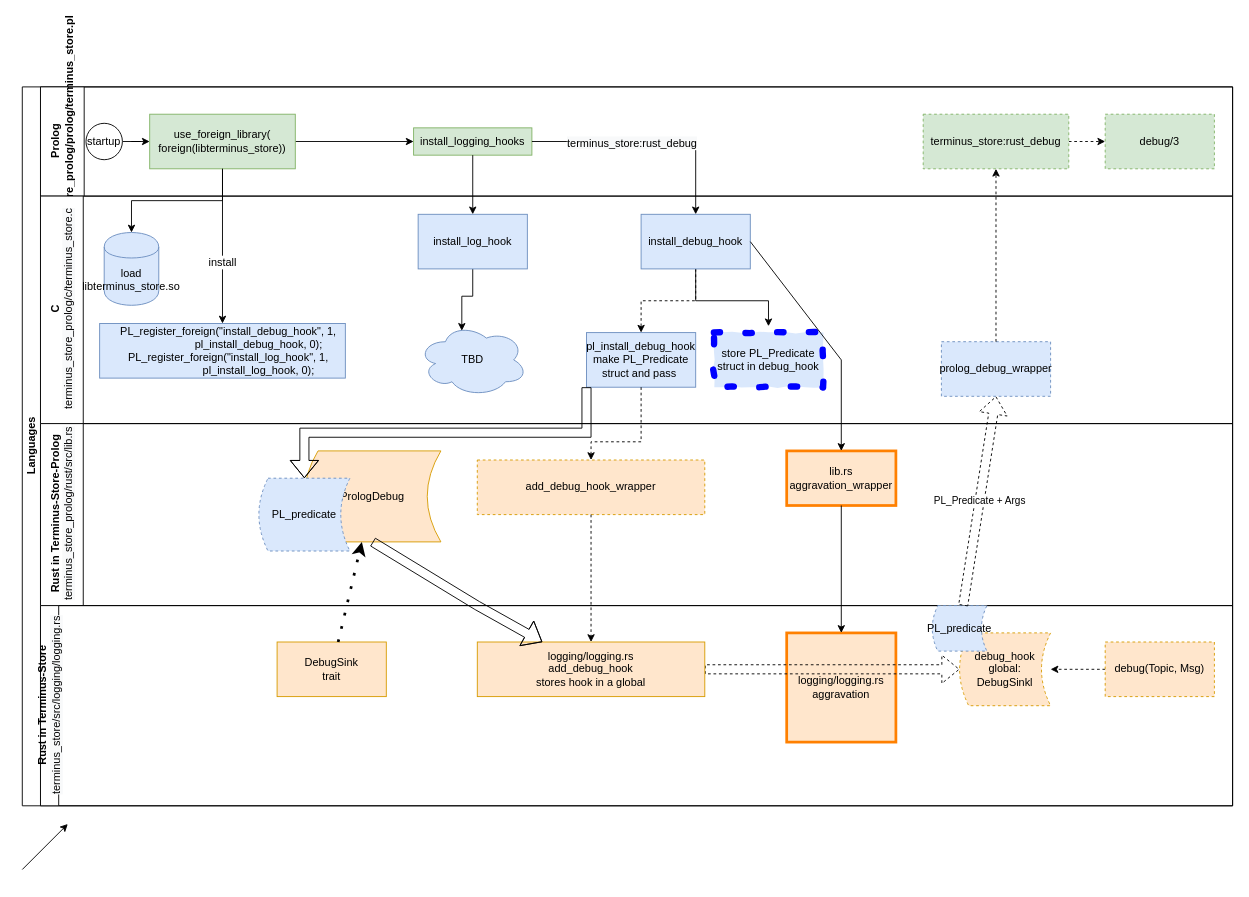
Earlier version of the draw.io diagram docs/logginghook.drawio (terminusdb/terminus_store_prolog). Source tidied: cells renumbered, new cells numbered last; positions are measured from the earlier drawing's top-left corner, leaving out a move shared by most shapes. Both pictures are drawn from the tidied source at 91%, with x=0, y=0 at pixel (22, 86).
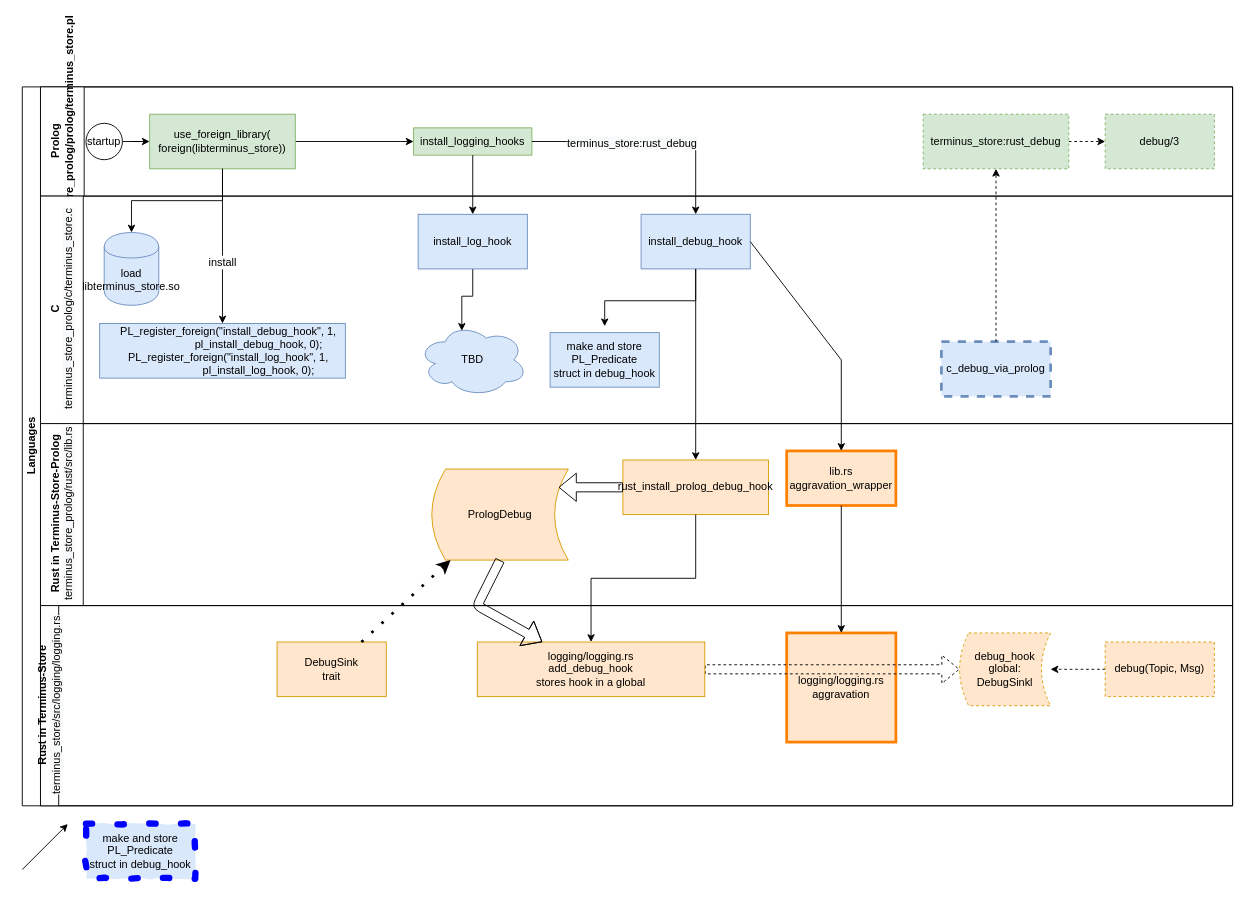
The same page after the edit.

Commit message (it also covers changes not shown here):
debug is working from terminus-store all the way to prolog, works with terminus-store 1bd67410b7aa5d8f1d1f9ef98c600590043cf0b0

Unchanged cells that the change refers to:
```xml
<mxCell id="2" value="Languages" style="swimlane;html=1;horizontal=0;startSize=20;" parent="1" vertex="1">
  <mxGeometry width="1330" height="790" as="geometry" />
</mxCell>
<mxCell id="16" value="C&lt;br&gt;&lt;span style=&quot;font-weight: 400 ; white-space: normal ; background-color: rgb(248 , 249 , 250)&quot;&gt;terminus_store_prolog/c/terminus_store.c&lt;/span&gt;" style="swimlane;html=1;startSize=47;horizontal=0;" parent="2" vertex="1">
  <mxGeometry x="20" y="120" width="1310" height="250" as="geometry" />
</mxCell>
<mxCell id="22" value="install_debug_hook" style="rounded=0;whiteSpace=wrap;html=1;fillColor=#dae8fc;strokeColor=#6c8ebf;" parent="16" vertex="1">
  <mxGeometry x="660" y="20" width="120" height="60" as="geometry" />
</mxCell>
<mxCell id="29" value="Rust in Terminus-Store-Prolog&lt;br&gt;&lt;span style=&quot;font-weight: 400 ; white-space: normal ; background-color: rgb(248 , 249 , 250)&quot;&gt;terminus_store_prolog/rust/src/lib.rs&lt;/span&gt;" style="swimlane;html=1;startSize=47;horizontal=0;" parent="2" vertex="1">
  <mxGeometry x="20" y="370" width="1310" height="200" as="geometry" />
</mxCell>
<mxCell id="35" value="Rust in Terminus-Store&lt;br&gt;&lt;span style=&quot;font-weight: 400 ; white-space: normal ; background-color: rgb(248 , 249 , 250)&quot;&gt;terminus_store/src/logging/logging.rs&lt;/span&gt;" style="swimlane;html=1;startSize=20;horizontal=0;" parent="2" vertex="1">
  <mxGeometry x="20" y="570" width="1310" height="220" as="geometry" />
</mxCell>
<mxCell id="39" value="logging/logging.rs&lt;br&gt;add_debug_hook&lt;br&gt;stores hook in a global" style="rounded=0;whiteSpace=wrap;html=1;fillColor=#ffe6cc;strokeColor=#d79b00;" parent="35" vertex="1">
  <mxGeometry x="480" y="40" width="250" height="60" as="geometry" />
</mxCell>
```

What changed in the source:
```diff
@@
-    <mxCell id="21" style="edgeStyle=orthogonalEdgeStyle;rounded=0;jettySize=auto;html=1;dashed=1;" parent="16" edge="1" source="22" target="27">
-      <mxGeometry relative="1" as="geometry" />
-    </mxCell>
@@
-    <mxCell id="26" value="store PL_Predicate&lt;br&gt;struct in debug_hook" style="rounded=0;whiteSpace=wrap;html=1;fillColor=#dae8fc;strokeColor=#0000FF;strokeWidth=7;dashed=1;dashPattern=1 4;perimeterSpacing=7;comic=1;" parent="16" vertex="1">
-      <mxGeometry x="740" y="150" width="120" height="60" as="geometry" />
+    <mxCell id="26" value="make and store PL_Predicate&lt;br&gt;struct in debug_hook" style="whiteSpace=wrap;html=1;fillColor=#dae8fc;strokeColor=#6c8ebf;strokeWidth=1;perimeterSpacing=7;comic=0;" parent="16" vertex="1">
+      <mxGeometry x="560" y="150" width="120" height="60" as="geometry" />
     </mxCell>
-    <mxCell id="27" value="pl_install_debug_hook&lt;br&gt;make PL_Predicate&lt;br&gt;struct and pass&amp;nbsp;" style="rounded=0;whiteSpace=wrap;html=1;fillColor=#dae8fc;strokeColor=#6c8ebf;" parent="16" vertex="1">
-      <mxGeometry x="600" y="150" width="120" height="60" as="geometry" />
-    </mxCell>
-    <mxCell id="28" value="&lt;span style=&quot;white-space: normal&quot;&gt;prolog_debug_wrapper&lt;/span&gt;" style="whiteSpace=wrap;html=1;dashed=1;strokeColor=#6c8ebf;strokeWidth=1;fillColor=#dae8fc;" parent="16" vertex="1">
+    <mxCell id="28" value="&lt;span style=&quot;white-space: normal&quot;&gt;c_debug_via_prolog&lt;/span&gt;" style="whiteSpace=wrap;html=1;dashed=1;strokeColor=#6c8ebf;strokeWidth=3;fillColor=#dae8fc;" parent="16" vertex="1">
       <mxGeometry x="990" y="160" width="120" height="60" as="geometry" />
     </mxCell>
@@
-    <mxCell id="32" value="add_debug_hook_wrapper" style="rounded=0;whiteSpace=wrap;html=1;dashed=1;fillColor=#ffe6cc;strokeColor=#d79b00;" parent="29" vertex="1">
-      <mxGeometry x="480" y="40" width="250" height="60" as="geometry" />
+    <mxCell id="32" value="rust_install_prolog_debug_hook" style="rounded=0;whiteSpace=wrap;html=1;fillColor=#ffe6cc;strokeColor=#d79b00;" parent="29" vertex="1">
+      <mxGeometry x="640" y="40" width="160" height="60" as="geometry" />
     </mxCell>
     <mxCell id="33" value="PrologDebug" style="shape=dataStorage;whiteSpace=wrap;html=1;strokeColor=#d79b00;rounded=0;fillColor=#ffe6cc;" parent="29" vertex="1">
-      <mxGeometry x="290" y="30" width="150" height="100" as="geometry" />
+      <mxGeometry x="430" y="50" width="150" height="100" as="geometry" />
     </mxCell>
-    <mxCell id="34" value="PL_predicate" style="shape=dataStorage;whiteSpace=wrap;html=1;strokeColor=#6c8ebf;fillColor=#dae8fc;rounded=0;dashed=1;" parent="29" vertex="1">
-      <mxGeometry x="240" y="60" width="100" height="80" as="geometry" />
-    </mxCell>
+    <mxCell id="61" style="endArrow=classic;html=1;shape=flexArrow;" parent="29" edge="1" source="32">
+      <mxGeometry relative="1" as="geometry">
+        <mxPoint x="569.3" y="70" as="targetPoint" />
+      </mxGeometry>
+    </mxCell>
@@
-    <mxCell id="43" value="PL_predicate" style="shape=dataStorage;whiteSpace=wrap;html=1;strokeColor=#6c8ebf;fillColor=#dae8fc;rounded=0;dashed=1;" parent="35" vertex="1">
-      <mxGeometry x="980" width="60" height="50" as="geometry" />
-    </mxCell>
@@
-    <mxCell id="48" style="edgeStyle=orthogonalEdgeStyle;rounded=0;jettySize=auto;html=1;dashed=1;" parent="2" edge="1" source="27" target="32">
-      <mxGeometry relative="1" as="geometry">
-        <Array as="points">
-          <mxPoint x="680" y="390" />
-          <mxPoint x="625" y="390" />
-        </Array>
-      </mxGeometry>
-    </mxCell>
-    <mxCell id="49" style="edgeStyle=orthogonalEdgeStyle;rounded=0;jettySize=auto;html=1;dashed=1;" parent="2" edge="1" source="32" target="39">
+    <mxCell id="49" style="edgeStyle=orthogonalEdgeStyle;rounded=0;jettySize=auto;html=1;" parent="2" edge="1" source="32" target="39">
       <mxGeometry relative="1" as="geometry" />
     </mxCell>
@@
-    <mxCell id="51" value="PL_Predicate + Args" style="rounded=0;jettySize=auto;html=1;dashed=1;shape=flexArrow;entryX=0.5;entryY=1;entryDx=0;entryDy=0;" parent="2" edge="1" source="43" target="28">
-      <mxGeometry relative="1" as="geometry" />
-    </mxCell>
@@
-    <mxCell id="57" style="edgeStyle=orthogonalEdgeStyle;rounded=0;jettySize=auto;html=1;exitX=0;exitY=1;exitDx=0;exitDy=0;shape=flexArrow;" parent="2" edge="1" source="27" target="34">
-      <mxGeometry relative="1" as="geometry" />
-    </mxCell>
@@
+    <mxCell id="21" style="edgeStyle=orthogonalEdgeStyle;rounded=0;jettySize=auto;html=1;entryX=0.5;entryY=0;entryDx=0;entryDy=0;" parent="2" edge="1" source="22" target="32">
+      <mxGeometry relative="1" as="geometry" />
+    </mxCell>
@@
+    <mxCell id="62" value="make and store PL_Predicate&lt;br&gt;struct in debug_hook" style="rounded=0;whiteSpace=wrap;html=1;fillColor=#dae8fc;strokeColor=#0000FF;strokeWidth=7;dashed=1;dashPattern=1 4;perimeterSpacing=7;comic=1;" parent="1" vertex="1">
+      <mxGeometry x="70" y="810" width="120" height="60" as="geometry" />
+    </mxCell>
```
